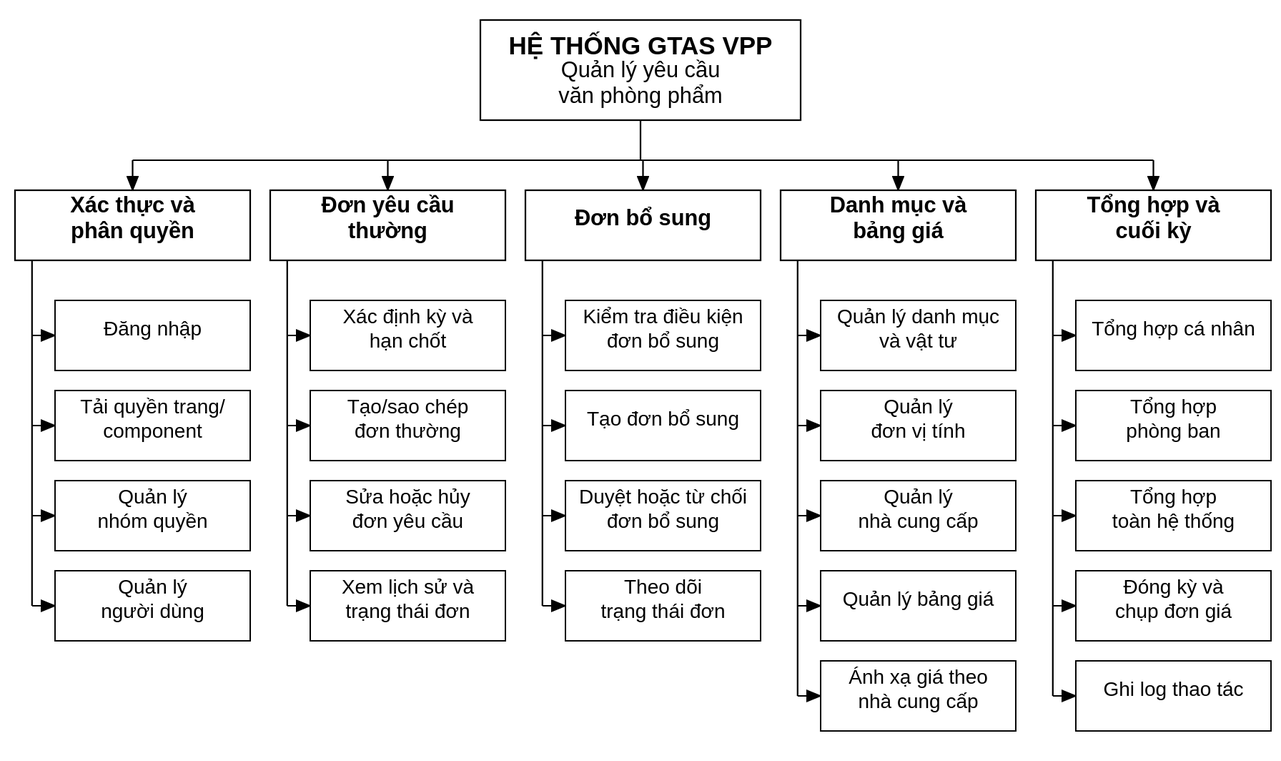
Earlier version of the PlantUML export LVTN/diagrams/ch02/functional-decomposition.svg (Miikey24s/gtas_vpp). Its source is kept beside it as LVTN/diagrams/ch02/functional-decomposition.puml.
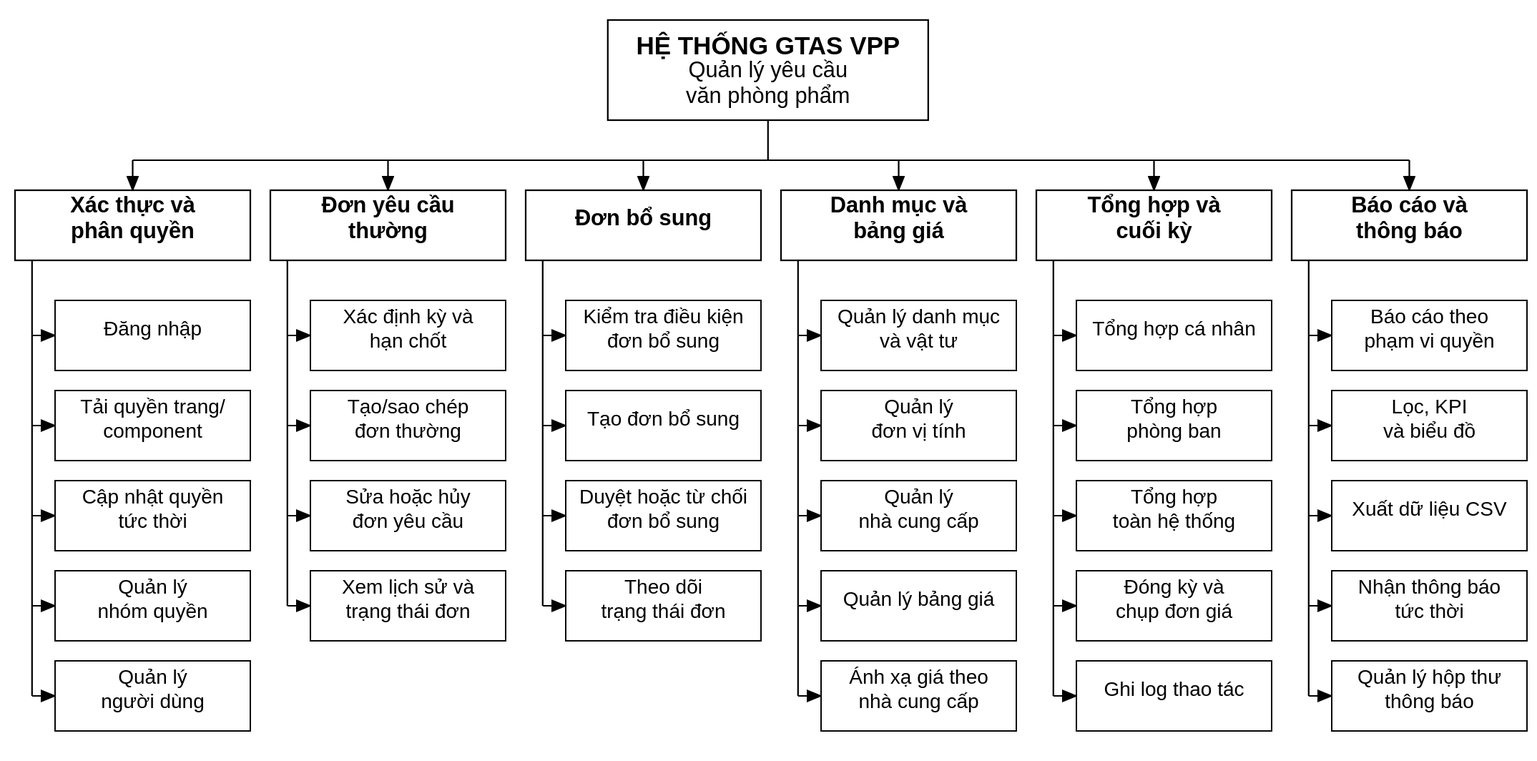
After the commit.

What changed in the source:
```diff
@@ -18,6 +18,7 @@
 ** Xác thực và phân quyền
 *** Đăng nhập
 *** Tải quyền trang/component
+*** Cập nhật quyền tức thời
 *** Quản lý nhóm quyền
 *** Quản lý người dùng
 ** Đơn yêu cầu thường
@@ -42,5 +43,11 @@
 *** Tổng hợp toàn hệ thống
 *** Đóng kỳ và chụp đơn giá
 *** Ghi log thao tác
+** Báo cáo và thông báo
+*** Báo cáo theo phạm vi quyền
+*** Lọc, KPI và biểu đồ
+*** Xuất dữ liệu CSV
+*** Nhận thông báo tức thời
+*** Quản lý hộp thư thông báo
 
 @endwbs
```
